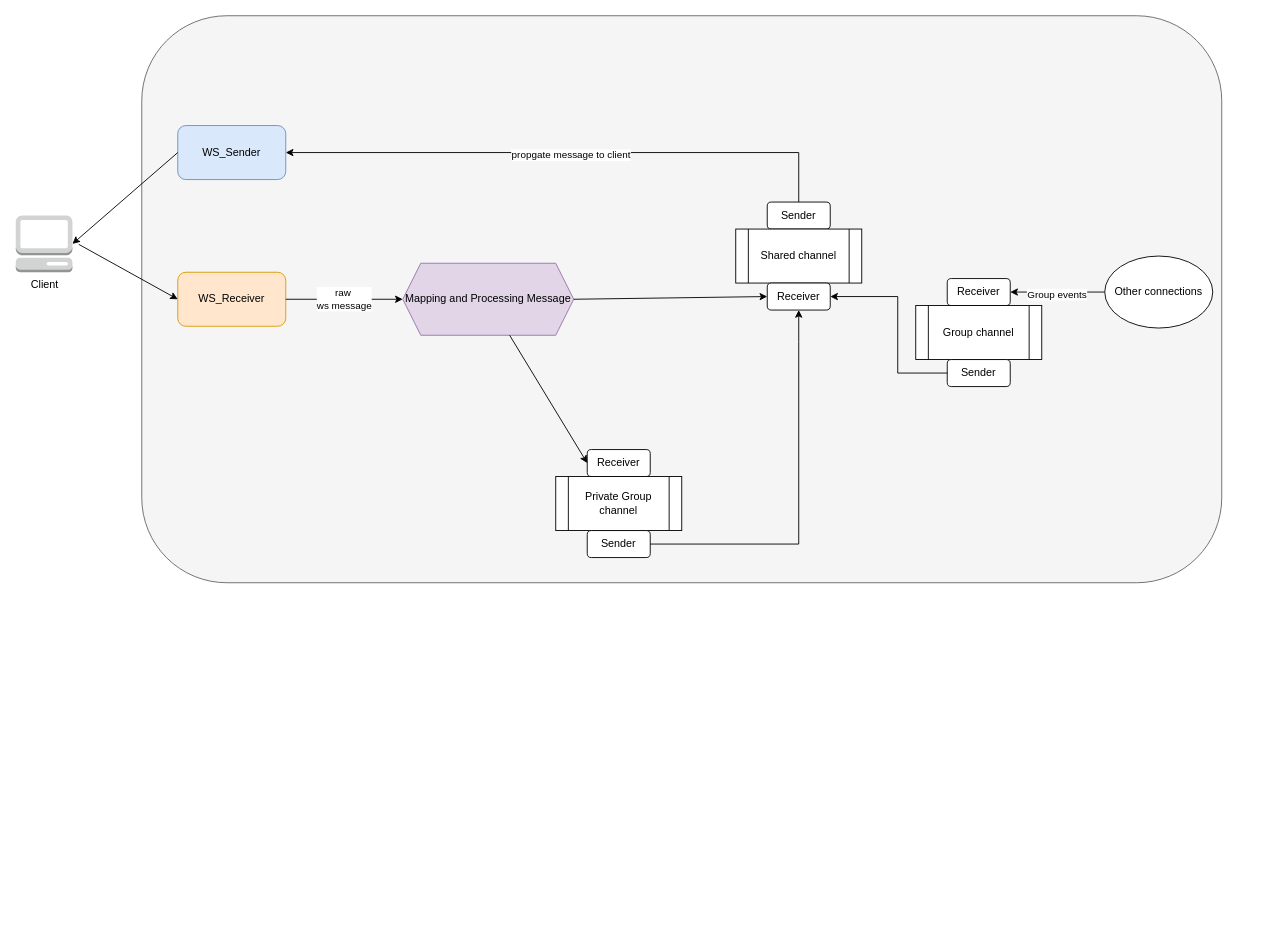
The draw.io diagram page "Workflow" (1 of 2) of doc/HandleChatSocket.drawio in tienphuckx/anony-box-backbone, before the edit. Source tidied: cells renumbered, new cells numbered last; positions are measured from the earlier drawing's top-left corner, leaving out a move shared by most shapes. Both pictures are drawn from the tidied source at 90%, with x=0, y=0 at pixel (15, 15).
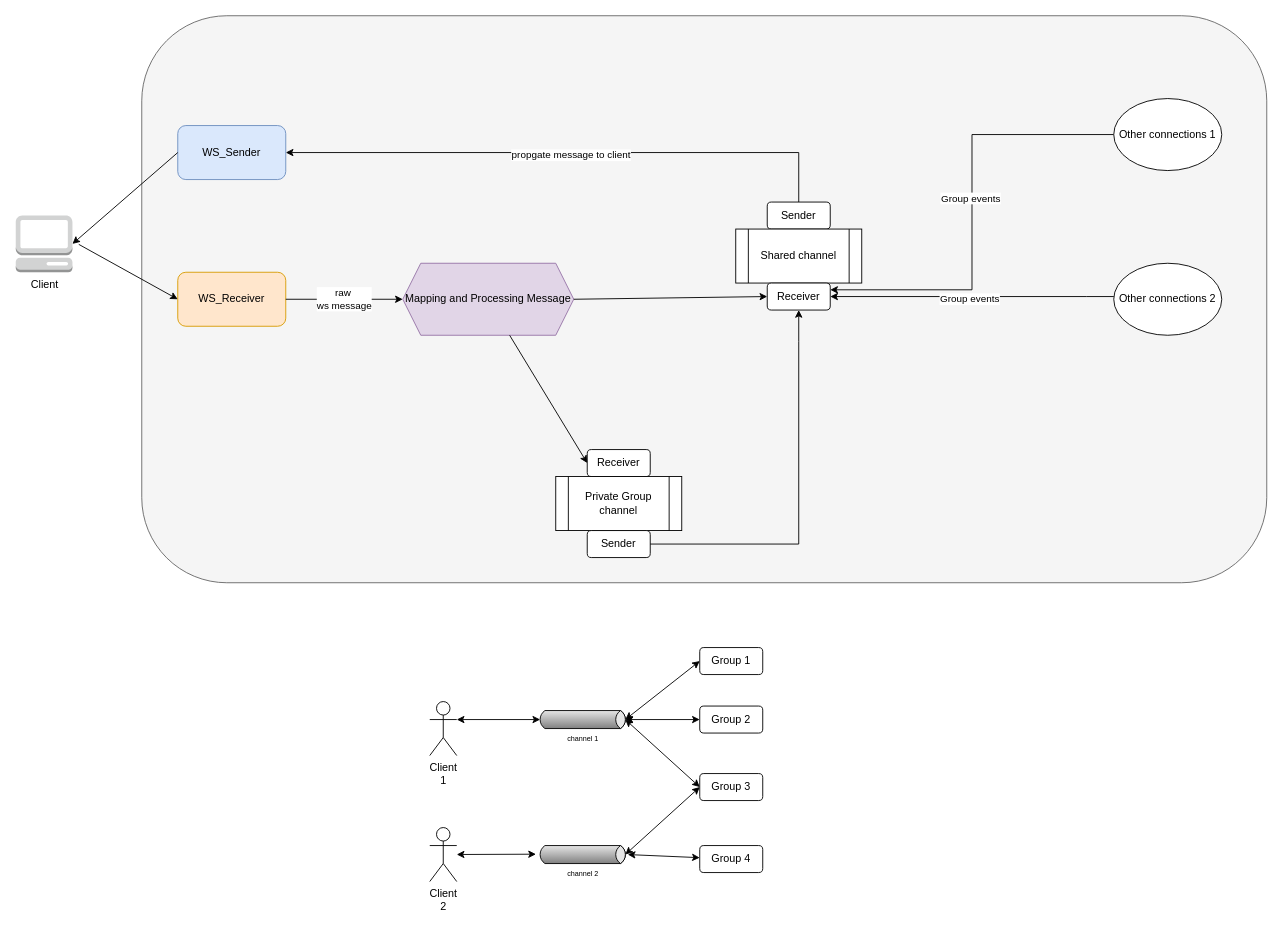
After the change.

The change refers to these unchanged cells:
```xml
<mxCell id="15" value="&lt;div&gt;Receiver&lt;/div&gt;" style="rounded=1;whiteSpace=wrap;html=1;" parent="12" vertex="1">
  <mxGeometry x="35" y="90" width="70" height="30" as="geometry" />
</mxCell>
```

The edit, as a diff of the source:
```diff
@@
     <mxCell id="2" style="rounded=1;whiteSpace=wrap;html=1;fillColor=#f5f5f5;fontColor=#333333;strokeColor=#666666;" parent="1" vertex="1">
-      <mxGeometry x="140" width="1200" height="630" as="geometry" />
+      <mxGeometry x="140" width="1250" height="630" as="geometry" />
     </mxCell>
@@
-    <mxCell id="16" style="edgeStyle=orthogonalEdgeStyle;rounded=0;jettySize=auto;html=1;entryX=1;entryY=0.5;entryDx=0;entryDy=0;" parent="1" edge="1" source="18" target="21">
+    <mxCell id="16" style="edgeStyle=orthogonalEdgeStyle;rounded=0;jettySize=auto;html=1;entryX=1;entryY=0.5;entryDx=0;entryDy=0;" parent="1" edge="1" source="18" target="15">
       <mxGeometry relative="1" as="geometry">
         <Array as="points">
-          <mxPoint x="1170" y="307" />
+          <mxPoint x="1190" y="312" />
+          <mxPoint x="1190" y="312" />
         </Array>
       </mxGeometry>
     </mxCell>
@@
-    <mxCell id="18" value="Other connections" style="ellipse;whiteSpace=wrap;html=1;" parent="1" vertex="1">
-      <mxGeometry x="1210" y="267" width="120" height="80" as="geometry" />
+    <mxCell id="18" value="Other connections 2" style="ellipse;whiteSpace=wrap;html=1;" parent="1" vertex="1">
+      <mxGeometry x="1220" y="275" width="120" height="80" as="geometry" />
     </mxCell>
@@
-    <mxCell id="20" style="group;" parent="1" vertex="1">
-      <mxGeometry x="1000" y="292" width="140" height="120" as="geometry" />
-    </mxCell>
-    <mxCell id="21" value="Receiver" style="rounded=1;whiteSpace=wrap;html=1;" parent="20" vertex="1">
-      <mxGeometry x="35" width="70" height="30" as="geometry" />
-    </mxCell>
-    <mxCell id="22" value="Group channel" style="shape=process;whiteSpace=wrap;html=1;backgroundOutline=1;" parent="20" vertex="1">
-      <mxGeometry y="30" width="140" height="60" as="geometry" />
-    </mxCell>
-    <mxCell id="23" value="&lt;div&gt;Sender&lt;/div&gt;" style="rounded=1;whiteSpace=wrap;html=1;" parent="20" vertex="1">
-      <mxGeometry x="35" y="90" width="70" height="30" as="geometry" />
-    </mxCell>
@@
-    <mxCell id="28" style="endArrow=classic;html=1;rounded=0;exitX=0;exitY=0.5;exitDx=0;exitDy=0;entryX=1;entryY=0.5;entryDx=0;entryDy=0;" parent="1" edge="1" source="23" target="15">
-      <mxGeometry relative="1" as="geometry">
-        <Array as="points">
-          <mxPoint x="980" y="397" />
-          <mxPoint x="980" y="312" />
-        </Array>
-      </mxGeometry>
-    </mxCell>
@@
+    <mxCell id="31" style="edgeStyle=orthogonalEdgeStyle;rounded=0;jettySize=auto;html=1;entryX=1;entryY=0.25;entryDx=0;entryDy=0;" parent="1" edge="1" source="33" target="15">
+      <mxGeometry relative="1" as="geometry" />
+    </mxCell>
+    <mxCell id="32" value="Group events" style="edgeLabel;html=1;align=center;verticalAlign=middle;" parent="31" vertex="1">
+      <mxGeometry x="-0.07" y="-2" relative="1" as="geometry">
+        <mxPoint y="1" as="offset" />
+      </mxGeometry>
+    </mxCell>
+    <mxCell id="33" value="Other connections 1" style="ellipse;whiteSpace=wrap;html=1;" parent="1" vertex="1">
+      <mxGeometry x="1220" y="92" width="120" height="80" as="geometry" />
+    </mxCell>
+    <mxCell id="34" value="Client&lt;div&gt;1&lt;/div&gt;" style="shape=umlActor;verticalLabelPosition=bottom;verticalAlign=top;html=1;outlineConnect=0;" parent="1" vertex="1">
+      <mxGeometry x="460" y="762" width="30" height="60" as="geometry" />
+    </mxCell>
+    <mxCell id="35" value="Group 1" style="rounded=1;whiteSpace=wrap;html=1;" parent="1" vertex="1">
+      <mxGeometry x="760" y="702" width="70" height="30" as="geometry" />
+    </mxCell>
+    <mxCell id="36" value="Group 2" style="rounded=1;whiteSpace=wrap;html=1;" parent="1" vertex="1">
+      <mxGeometry x="760" y="767" width="70" height="30" as="geometry" />
+    </mxCell>
+    <mxCell id="37" value="Group 3" style="rounded=1;whiteSpace=wrap;html=1;" parent="1" vertex="1">
+      <mxGeometry x="760" y="842" width="70" height="30" as="geometry" />
+    </mxCell>
+    <mxCell id="38" value="channel 1" style="strokeWidth=1;outlineConnect=0;dashed=0;align=center;fontSize=8;shape=mxgraph.eip.messageChannel;html=1;verticalLabelPosition=bottom;verticalAlign=top;" parent="1" vertex="1">
+      <mxGeometry x="580" y="772" width="100" height="20" as="geometry" />
+    </mxCell>
+    <mxCell id="39" style="endArrow=classic;startArrow=classic;html=1;rounded=0;exitX=1;exitY=0.3333333333333333;exitDx=0;exitDy=0;exitPerimeter=0;entryX=0;entryY=0.5;entryDx=2.7;entryDy=0;entryPerimeter=0;" parent="1" edge="1" source="34" target="38">
+      <mxGeometry relative="1" as="geometry" />
+    </mxCell>
+    <mxCell id="40" style="endArrow=classic;startArrow=classic;html=1;rounded=0;entryX=0;entryY=0.5;entryDx=0;entryDy=0;exitX=1;exitY=0.5;exitDx=-2.7;exitDy=0;exitPerimeter=0;" parent="1" edge="1" source="38" target="35">
+      <mxGeometry relative="1" as="geometry" />
+    </mxCell>
+    <mxCell id="41" style="endArrow=classic;startArrow=classic;html=1;rounded=0;entryX=0;entryY=0.5;entryDx=0;entryDy=0;exitX=1;exitY=0.5;exitDx=-2.7;exitDy=0;exitPerimeter=0;" parent="1" edge="1" source="38" target="36">
+      <mxGeometry relative="1" as="geometry" />
+    </mxCell>
+    <mxCell id="42" style="endArrow=classic;startArrow=classic;html=1;rounded=0;entryX=0;entryY=0.5;entryDx=0;entryDy=0;exitX=1;exitY=0.5;exitDx=-2.7;exitDy=0;exitPerimeter=0;" parent="1" edge="1" source="38" target="37">
+      <mxGeometry relative="1" as="geometry" />
+    </mxCell>
+    <mxCell id="43" value="Client&lt;div&gt;2&lt;/div&gt;" style="shape=umlActor;verticalLabelPosition=bottom;verticalAlign=top;html=1;outlineConnect=0;" parent="1" vertex="1">
+      <mxGeometry x="460" y="902" width="30" height="60" as="geometry" />
+    </mxCell>
+    <mxCell id="44" style="endArrow=classic;startArrow=classic;html=1;rounded=0;entryX=0;entryY=0.5;entryDx=2.7;entryDy=0;entryPerimeter=0;" parent="1" edge="1" source="43">
+      <mxGeometry relative="1" as="geometry">
+        <mxPoint x="578" y="931.6" as="targetPoint" />
+      </mxGeometry>
+    </mxCell>
+    <mxCell id="45" value="channel 2" style="strokeWidth=1;outlineConnect=0;dashed=0;align=center;fontSize=8;shape=mxgraph.eip.messageChannel;html=1;verticalLabelPosition=bottom;verticalAlign=top;" parent="1" vertex="1">
+      <mxGeometry x="580" y="922" width="100" height="20" as="geometry" />
+    </mxCell>
+    <mxCell id="46" value="Group 4" style="rounded=1;whiteSpace=wrap;html=1;" parent="1" vertex="1">
+      <mxGeometry x="760" y="922" width="70" height="30" as="geometry" />
+    </mxCell>
+    <mxCell id="47" style="endArrow=classic;startArrow=classic;html=1;rounded=0;entryX=0;entryY=0.5;entryDx=0;entryDy=0;exitX=1;exitY=0.5;exitDx=-2.7;exitDy=0;exitPerimeter=0;" parent="1" edge="1" source="45" target="37">
+      <mxGeometry relative="1" as="geometry" />
+    </mxCell>
+    <mxCell id="48" style="endArrow=classic;startArrow=classic;html=1;rounded=0;" parent="1" edge="1" target="46">
+      <mxGeometry relative="1" as="geometry">
+        <mxPoint x="680" y="932" as="sourcePoint" />
+      </mxGeometry>
+    </mxCell>
```
